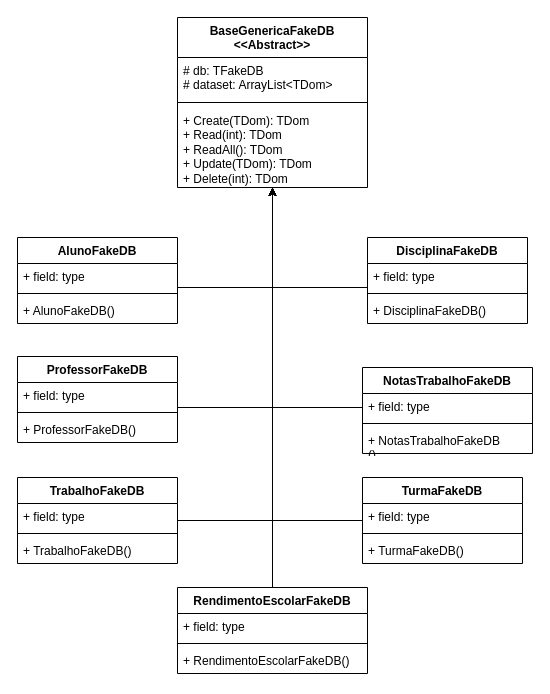
Earlier version of the draw.io diagram ContAcad/Diagramas/Drawio/FakeDB_Diagrama_Classe.drawio (ziusware/ContAcad). Source tidied: cells renumbered, new cells numbered last; positions are measured from the earlier drawing's top-left corner, leaving out a move shared by most shapes. Both pictures are drawn from the tidied source at 100%, with x=0, y=0 at pixel (17, 17).
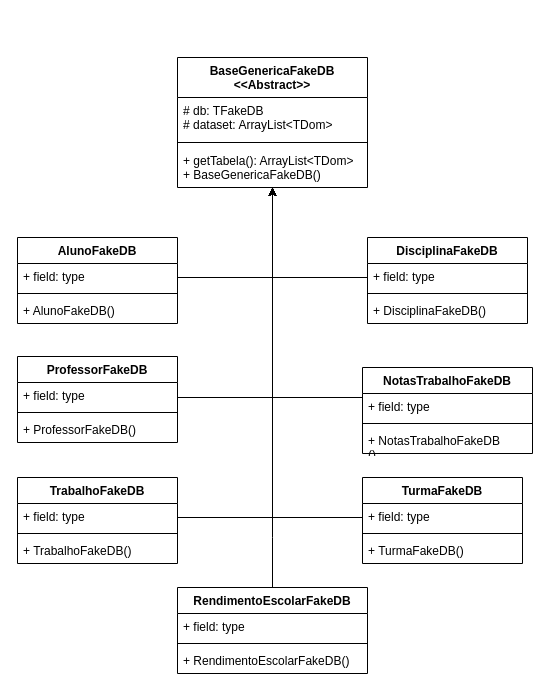
Above is the later version.

The change refers to these unchanged cells:
```xml
<mxCell id="7" value="AlunoFakeDB" style="swimlane;fontStyle=1;align=center;verticalAlign=top;horizontal=1;startSize=26;whiteSpace=wrap;html=1;" parent="1" vertex="1">
  <mxGeometry y="220" width="160" height="86" as="geometry" />
</mxCell>
<mxCell id="12" value="+ field: type" style="text;strokeColor=none;fillColor=none;align=left;verticalAlign=top;spacingLeft=4;spacingRight=4;overflow=hidden;points=[[0,0.5],[1,0.5]];portConstraint=eastwest;whiteSpace=wrap;html=1;" parent="11" vertex="1">
  <mxGeometry y="26" width="160" height="26" as="geometry" />
</mxCell>
<mxCell id="16" value="+ field: type" style="text;strokeColor=none;fillColor=none;align=left;verticalAlign=top;spacingLeft=4;spacingRight=4;overflow=hidden;points=[[0,0.5],[1,0.5]];portConstraint=eastwest;whiteSpace=wrap;html=1;" parent="15" vertex="1">
  <mxGeometry y="26" width="160" height="26" as="geometry" />
</mxCell>
<mxCell id="20" value="NotasTrabalhoFakeDB" style="swimlane;fontStyle=1;align=center;verticalAlign=top;horizontal=1;startSize=26;whiteSpace=wrap;html=1;" parent="1" vertex="1">
  <mxGeometry x="345" y="350" width="170" height="86" as="geometry" />
</mxCell>
<mxCell id="25" value="RendimentoEscolarFakeDB" style="swimlane;fontStyle=1;align=center;verticalAlign=top;horizontal=1;startSize=26;whiteSpace=wrap;html=1;" parent="1" vertex="1">
  <mxGeometry x="160" y="570" width="190" height="86" as="geometry" />
</mxCell>
<mxCell id="31" value="TrabalhoFakeDB" style="swimlane;fontStyle=1;align=center;verticalAlign=top;horizontal=1;startSize=26;whiteSpace=wrap;html=1;" parent="1" vertex="1">
  <mxGeometry y="460" width="160" height="86" as="geometry" />
</mxCell>
<mxCell id="36" value="TurmaFakeDB" style="swimlane;fontStyle=1;align=center;verticalAlign=top;horizontal=1;startSize=26;whiteSpace=wrap;html=1;" parent="1" vertex="1">
  <mxGeometry x="345" y="460" width="160" height="86" as="geometry" />
</mxCell>
```

Change to the diagram source:
```diff
@@
     <mxCell id="2" value="BaseGenericaFakeDB&lt;br&gt;&amp;lt;&amp;lt;Abstract&amp;gt;&amp;gt;" style="swimlane;fontStyle=1;align=center;verticalAlign=top;horizontal=1;startSize=40;whiteSpace=wrap;html=1;" parent="1" vertex="1">
-      <mxGeometry x="160" width="190" height="170" as="geometry" />
+      <mxGeometry x="160" y="40" width="190" height="130" as="geometry" />
     </mxCell>
@@
-    <mxCell id="5" value="+ Create(TDom): TDom&lt;br&gt;+ Read(int): TDom&lt;br&gt;+ ReadAll(): TDom&lt;br&gt;+ Update(TDom): TDom&lt;br&gt;+ Delete(int): TDom" style="text;strokeColor=none;fillColor=none;align=left;verticalAlign=top;spacingLeft=4;spacingRight=4;overflow=hidden;points=[[0,0.5],[1,0.5]];portConstraint=eastwest;whiteSpace=wrap;html=1;" parent="2" vertex="1">
-      <mxGeometry y="90" width="190" height="80" as="geometry" />
+    <mxCell id="5" value="+ getTabela(): ArrayList&amp;lt;TDom&amp;gt;&lt;br&gt;+ BaseGenericaFakeDB()" style="text;strokeColor=none;fillColor=none;align=left;verticalAlign=top;spacingLeft=4;spacingRight=4;overflow=hidden;points=[[0,0.5],[1,0.5]];portConstraint=eastwest;whiteSpace=wrap;html=1;" parent="2" vertex="1">
+      <mxGeometry y="90" width="190" height="40" as="geometry" />
     </mxCell>
     <mxCell id="6" style="edgeStyle=orthogonalEdgeStyle;rounded=0;jettySize=auto;html=1;" parent="1" edge="1" source="7" target="5">
       <mxGeometry relative="1" as="geometry">
         <Array as="points">
-          <mxPoint x="255" y="270" />
+          <mxPoint x="255" y="260" />
         </Array>
       </mxGeometry>
     </mxCell>
@@
     <mxCell id="19" style="edgeStyle=orthogonalEdgeStyle;rounded=0;jettySize=auto;html=1;" parent="1" edge="1" source="20" target="5">
       <mxGeometry relative="1" as="geometry">
         <Array as="points">
-          <mxPoint x="255" y="390" />
+          <mxPoint x="255" y="380" />
         </Array>
       </mxGeometry>
     </mxCell>
@@
     <mxCell id="24" style="edgeStyle=orthogonalEdgeStyle;rounded=0;jettySize=auto;html=1;" parent="1" edge="1" source="25" target="5">
       <mxGeometry relative="1" as="geometry">
         <Array as="points">
-          <mxPoint x="255" y="480" />
-          <mxPoint x="255" y="480" />
+          <mxPoint x="255" y="520" />
+          <mxPoint x="255" y="520" />
         </Array>
       </mxGeometry>
     </mxCell>
@@
     <mxCell id="30" style="edgeStyle=orthogonalEdgeStyle;rounded=0;jettySize=auto;html=1;" parent="1" edge="1" source="31" target="5">
       <mxGeometry relative="1" as="geometry">
         <Array as="points">
-          <mxPoint x="255" y="503" />
+          <mxPoint x="255" y="500" />
         </Array>
       </mxGeometry>
     </mxCell>
@@
     <mxCell id="35" style="edgeStyle=orthogonalEdgeStyle;rounded=0;jettySize=auto;html=1;" parent="1" edge="1" source="36" target="5">
       <mxGeometry relative="1" as="geometry">
         <Array as="points">
-          <mxPoint x="255" y="503" />
+          <mxPoint x="255" y="500" />
         </Array>
       </mxGeometry>
     </mxCell>
@@
     <mxCell id="40" style="edgeStyle=orthogonalEdgeStyle;rounded=0;jettySize=auto;html=1;" parent="1" edge="1" source="16" target="5">
       <mxGeometry relative="1" as="geometry">
         <Array as="points">
-          <mxPoint x="255" y="270" />
+          <mxPoint x="255" y="260" />
         </Array>
       </mxGeometry>
     </mxCell>
     <mxCell id="41" style="edgeStyle=orthogonalEdgeStyle;rounded=0;jettySize=auto;html=1;" parent="1" edge="1" source="12" target="5">
       <mxGeometry relative="1" as="geometry">
         <Array as="points">
-          <mxPoint x="255" y="390" />
+          <mxPoint x="255" y="380" />
         </Array>
       </mxGeometry>
     </mxCell>
```
